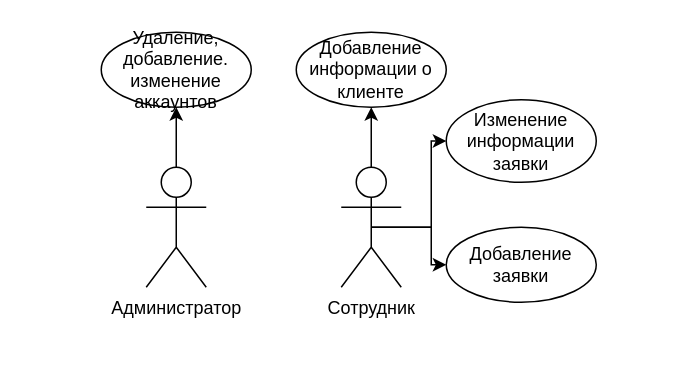
qazvo/travel_agency keeps this draw.io diagram as page "Страница — 1" (1 of 2) of docs/scheme/travelagency.drawio. Above is the earlier version. Source tidied: cells renumbered, new cells numbered last; positions are measured from the earlier drawing's top-left corner, leaving out a move shared by most shapes. Both pictures are drawn from the tidied source at 150%, with x=0, y=0 at pixel (100, 32).
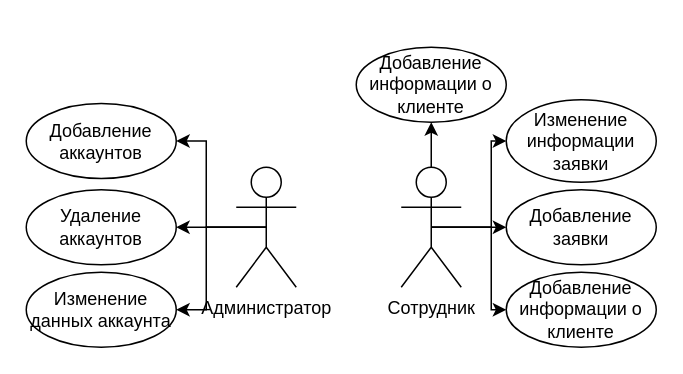
The same page after the edit.

Diff of the diagram source:
```diff
@@
 <mxGraphModel>
   <root>
     <mxCell id="0" />
     <mxCell id="1" parent="0" />
     <mxCell id="2" style="edgeStyle=orthogonalEdgeStyle;rounded=0;jettySize=auto;html=1;exitX=0.5;exitY=0.5;exitDx=0;exitDy=0;exitPerimeter=0;entryX=0;entryY=0.5;entryDx=0;entryDy=0;" parent="1" edge="1" source="5" target="8">
       <mxGeometry relative="1" as="geometry" />
     </mxCell>
-    <mxCell id="3" style="edgeStyle=orthogonalEdgeStyle;rounded=0;jettySize=auto;html=1;exitX=0.5;exitY=0;exitDx=0;exitDy=0;exitPerimeter=0;entryX=0.5;entryY=1;entryDx=0;entryDy=0;" parent="1" edge="1" source="5" target="7">
-      <mxGeometry relative="1" as="geometry" />
-    </mxCell>
     <mxCell id="4" style="edgeStyle=orthogonalEdgeStyle;rounded=0;jettySize=auto;html=1;exitX=0.5;exitY=0.5;exitDx=0;exitDy=0;exitPerimeter=0;entryX=0;entryY=0.5;entryDx=0;entryDy=0;" parent="1" edge="1" source="5" target="6">
       <mxGeometry relative="1" as="geometry" />
     </mxCell>
     <mxCell id="5" value="Сотрудник" style="shape=umlActor;verticalLabelPosition=bottom;verticalAlign=top;html=1;outlineConnect=0;" parent="1" vertex="1">
-      <mxGeometry x="160" y="90" width="40" height="80" as="geometry" />
+      <mxGeometry x="200" y="90" width="40" height="80" as="geometry" />
     </mxCell>
     <mxCell id="6" value="Добавление заявки" style="ellipse;whiteSpace=wrap;html=1;" parent="1" vertex="1">
-      <mxGeometry x="230" y="130" width="100" height="50" as="geometry" />
+      <mxGeometry x="270" y="105" width="100" height="50" as="geometry" />
     </mxCell>
-    <mxCell id="7" value="Добавление информации о клиенте" style="ellipse;whiteSpace=wrap;html=1;" parent="1" vertex="1">
-      <mxGeometry x="130" width="100" height="50" as="geometry" />
+    <mxCell id="7" value="Удаление аккаунтов" style="ellipse;whiteSpace=wrap;html=1;" parent="1" vertex="1">
+      <mxGeometry x="-50" y="105" width="100" height="50" as="geometry" />
     </mxCell>
     <mxCell id="8" value="Изменение информации заявки" style="ellipse;whiteSpace=wrap;html=1;" parent="1" vertex="1">
-      <mxGeometry x="230" y="45" width="100" height="55" as="geometry" />
+      <mxGeometry x="270" y="45" width="100" height="55" as="geometry" />
     </mxCell>
-    <mxCell id="9" style="edgeStyle=orthogonalEdgeStyle;rounded=0;jettySize=auto;html=1;exitX=0.5;exitY=0;exitDx=0;exitDy=0;exitPerimeter=0;entryX=0.5;entryY=1;entryDx=0;entryDy=0;" parent="1" edge="1" source="10" target="11">
-      <mxGeometry relative="1" as="geometry" />
-    </mxCell>
     <mxCell id="10" value="Администратор" style="shape=umlActor;verticalLabelPosition=bottom;verticalAlign=top;html=1;outlineConnect=0;" parent="1" vertex="1">
-      <mxGeometry x="30" y="90" width="40" height="80" as="geometry" />
+      <mxGeometry x="90" y="90" width="40" height="80" as="geometry" />
     </mxCell>
-    <mxCell id="11" value="Удаление, добавление. изменение аккаунтов" style="ellipse;whiteSpace=wrap;html=1;" parent="1" vertex="1">
-      <mxGeometry width="100" height="50" as="geometry" />
-    </mxCell>
+    <mxCell id="12" style="endArrow=classic;html=1;rounded=0;exitX=0.5;exitY=0;exitDx=0;exitDy=0;exitPerimeter=0;entryX=0.5;entryY=1;entryDx=0;entryDy=0;" parent="1" edge="1" source="5" target="13">
+      <mxGeometry relative="1" as="geometry" />
+    </mxCell>
+    <mxCell id="13" value="Добавление информации о клиенте" style="ellipse;whiteSpace=wrap;html=1;" parent="1" vertex="1">
+      <mxGeometry x="170" y="10" width="100" height="50" as="geometry" />
+    </mxCell>
+    <mxCell id="14" value="Добавление информации о клиенте" style="ellipse;whiteSpace=wrap;html=1;" parent="1" vertex="1">
+      <mxGeometry x="270" y="160" width="100" height="50" as="geometry" />
+    </mxCell>
+    <mxCell id="15" style="edgeStyle=orthogonalEdgeStyle;rounded=0;jettySize=auto;html=1;exitX=0.5;exitY=0.5;exitDx=0;exitDy=0;exitPerimeter=0;entryX=0;entryY=0.5;entryDx=0;entryDy=0;" parent="1" edge="1" source="5" target="14">
+      <mxGeometry relative="1" as="geometry" />
+    </mxCell>
+    <mxCell id="16" value="Добавление аккаунтов" style="ellipse;whiteSpace=wrap;html=1;" parent="1" vertex="1">
+      <mxGeometry x="-50" y="47.5" width="100" height="50" as="geometry" />
+    </mxCell>
+    <mxCell id="17" value="Изменение данных аккаунта" style="ellipse;whiteSpace=wrap;html=1;" parent="1" vertex="1">
+      <mxGeometry x="-50" y="160" width="100" height="50" as="geometry" />
+    </mxCell>
+    <mxCell id="18" style="endArrow=classic;html=1;rounded=0;exitX=0.5;exitY=0.5;exitDx=0;exitDy=0;exitPerimeter=0;entryX=1;entryY=0.5;entryDx=0;entryDy=0;" parent="1" edge="1" source="10" target="7">
+      <mxGeometry relative="1" as="geometry" />
+    </mxCell>
+    <mxCell id="19" style="edgeStyle=orthogonalEdgeStyle;rounded=0;jettySize=auto;html=1;exitX=0.5;exitY=0.5;exitDx=0;exitDy=0;exitPerimeter=0;entryX=1;entryY=0.5;entryDx=0;entryDy=0;" parent="1" edge="1" source="10" target="16">
+      <mxGeometry relative="1" as="geometry" />
+    </mxCell>
+    <mxCell id="20" style="edgeStyle=orthogonalEdgeStyle;rounded=0;jettySize=auto;html=1;exitX=0.5;exitY=0.5;exitDx=0;exitDy=0;exitPerimeter=0;entryX=1;entryY=0.5;entryDx=0;entryDy=0;" parent="1" edge="1" source="10" target="17">
+      <mxGeometry relative="1" as="geometry" />
+    </mxCell>
   </root>
 </mxGraphModel>
```
